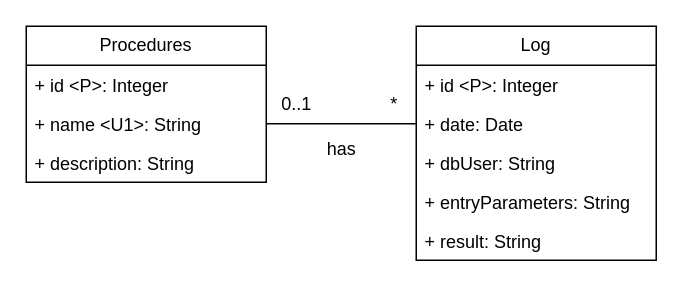
danielpilot/event-database keeps this draw.io diagram as diagrams/conceptual-diagram-log.drawio. Above is the earlier version. Source tidied: cells renumbered, new cells numbered last; positions are measured from the earlier drawing's top-left corner, leaving out a move shared by most shapes. Both pictures are drawn from the tidied source at 150%, with x=0, y=0 at pixel (26, 26).
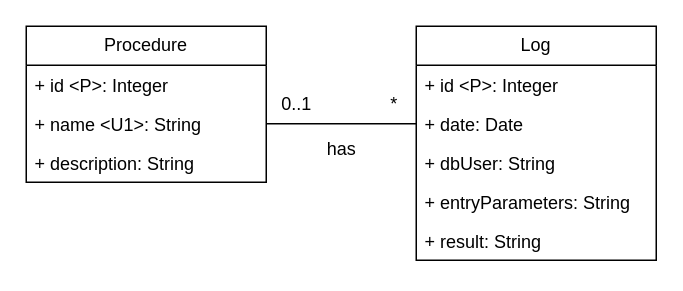
After the change.

Commit message:
Make procedure single name

The edit, as a diff of the source:
```diff
@@
 <mxGraphModel>
   <root>
     <mxCell id="0" />
     <mxCell id="1" parent="0" />
     <mxCell id="2" value="Log" style="swimlane;fontStyle=0;horizontal=1;startSize=26;fillColor=none;whiteSpace=wrap;html=1;" parent="1" vertex="1">
       <mxGeometry x="260" width="160" height="156" as="geometry" />
     </mxCell>
     <mxCell id="3" value="+ id &amp;lt;P&amp;gt;: Integer" style="text;strokeColor=none;fillColor=none;align=left;verticalAlign=top;spacingLeft=4;spacingRight=4;overflow=hidden;whiteSpace=wrap;html=1;" parent="2" vertex="1">
       <mxGeometry y="26" width="160" height="26" as="geometry" />
     </mxCell>
     <mxCell id="4" value="+ date: Date" style="text;strokeColor=none;fillColor=none;align=left;verticalAlign=top;spacingLeft=4;spacingRight=4;overflow=hidden;points=[[0,0.5],[1,0.5]];portConstraint=eastwest;whiteSpace=wrap;html=1;" parent="2" vertex="1">
       <mxGeometry y="52" width="160" height="26" as="geometry" />
     </mxCell>
     <mxCell id="5" value="+ dbUser: String" style="text;strokeColor=none;fillColor=none;align=left;verticalAlign=top;spacingLeft=4;spacingRight=4;overflow=hidden;whiteSpace=wrap;html=1;" parent="2" vertex="1">
       <mxGeometry y="78" width="160" height="26" as="geometry" />
     </mxCell>
     <mxCell id="6" value="+ entryParameters: String" style="text;strokeColor=none;fillColor=none;align=left;verticalAlign=top;spacingLeft=4;spacingRight=4;overflow=hidden;whiteSpace=wrap;html=1;" parent="2" vertex="1">
       <mxGeometry y="104" width="160" height="26" as="geometry" />
     </mxCell>
     <mxCell id="7" value="+ result: String" style="text;strokeColor=none;fillColor=none;align=left;verticalAlign=top;spacingLeft=4;spacingRight=4;overflow=hidden;whiteSpace=wrap;html=1;" parent="2" vertex="1">
       <mxGeometry y="130" width="160" height="26" as="geometry" />
     </mxCell>
-    <mxCell id="8" value="Procedures" style="swimlane;fontStyle=0;horizontal=1;startSize=26;fillColor=none;whiteSpace=wrap;html=1;" parent="1" vertex="1">
+    <mxCell id="8" value="Procedure" style="swimlane;fontStyle=0;horizontal=1;startSize=26;fillColor=none;whiteSpace=wrap;html=1;" parent="1" vertex="1">
       <mxGeometry width="160" height="104" as="geometry" />
     </mxCell>
     <mxCell id="9" value="+ id &amp;lt;P&amp;gt;: Integer" style="text;strokeColor=none;fillColor=none;align=left;verticalAlign=top;spacingLeft=4;spacingRight=4;overflow=hidden;whiteSpace=wrap;html=1;" parent="8" vertex="1">
       <mxGeometry y="26" width="160" height="26" as="geometry" />
     </mxCell>
     <mxCell id="10" value="+ name &amp;lt;U1&amp;gt;: String" style="text;strokeColor=none;fillColor=none;align=left;verticalAlign=top;spacingLeft=4;spacingRight=4;overflow=hidden;points=[[0,0.5],[1,0.5]];portConstraint=eastwest;whiteSpace=wrap;html=1;" parent="8" vertex="1">
       <mxGeometry y="52" width="160" height="26" as="geometry" />
     </mxCell>
     <mxCell id="11" value="+ description: String" style="text;strokeColor=none;fillColor=none;align=left;verticalAlign=top;spacingLeft=4;spacingRight=4;overflow=hidden;whiteSpace=wrap;html=1;" parent="8" vertex="1">
       <mxGeometry y="78" width="160" height="26" as="geometry" />
     </mxCell>
     <mxCell id="12" style="endArrow=none;html=1;rounded=0;entryX=0;entryY=0.5;entryDx=0;entryDy=0;exitX=1;exitY=0.5;exitDx=0;exitDy=0;" parent="1" edge="1" source="10" target="4">
       <mxGeometry relative="1" as="geometry" />
     </mxCell>
     <mxCell id="13" value="0..1" style="text;html=1;align=center;verticalAlign=middle;strokeColor=none;fillColor=none;" parent="1" vertex="1">
       <mxGeometry x="160" y="37" width="40" height="30" as="geometry" />
     </mxCell>
     <mxCell id="14" value="*" style="text;html=1;align=center;verticalAlign=middle;strokeColor=none;fillColor=none;" parent="1" vertex="1">
       <mxGeometry x="230" y="37" width="30" height="30" as="geometry" />
     </mxCell>
     <mxCell id="15" value="has" style="text;html=1;align=center;verticalAlign=middle;strokeColor=none;fillColor=none;" parent="1" vertex="1">
       <mxGeometry x="190" y="67" width="40" height="30" as="geometry" />
     </mxCell>
   </root>
 </mxGraphModel>
```
